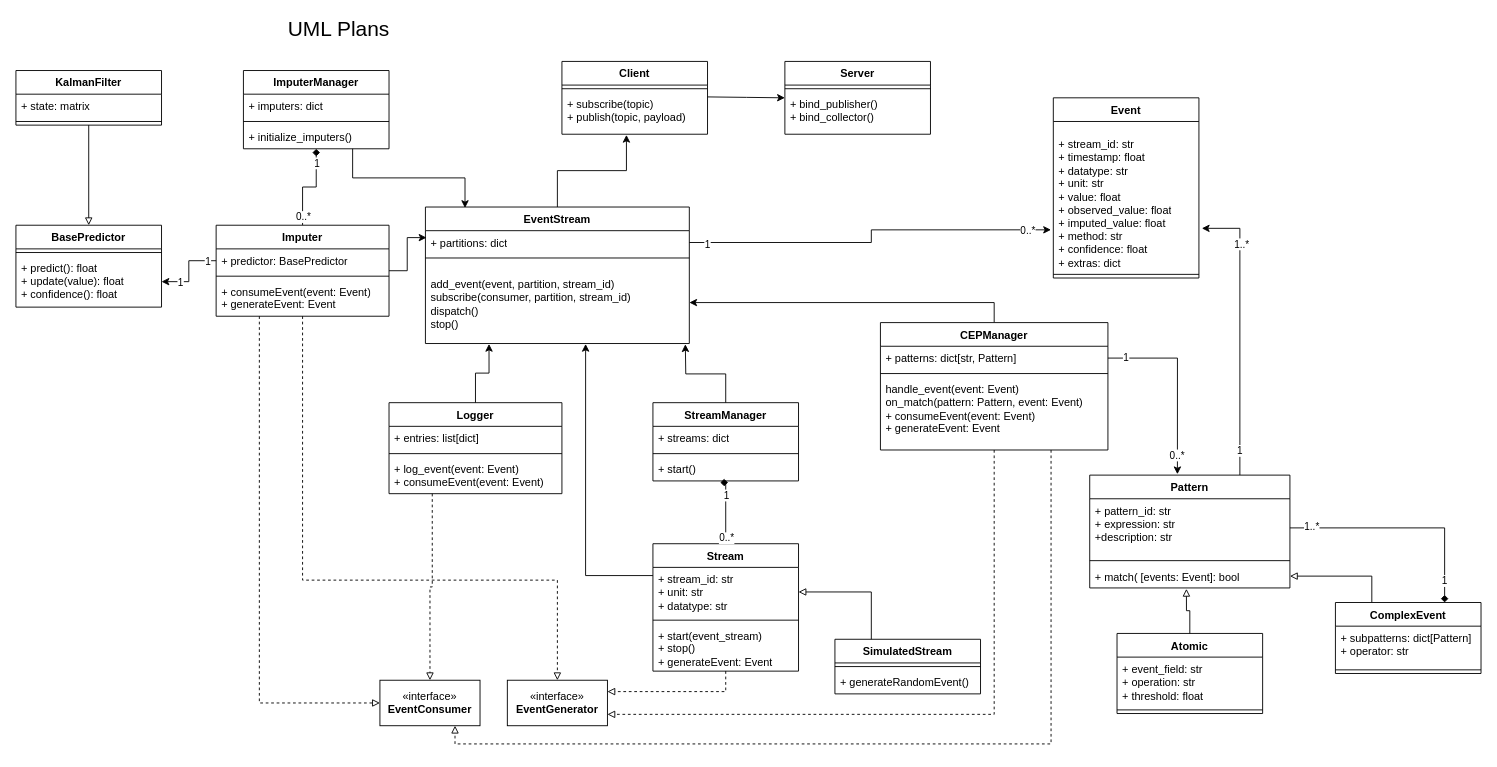
Earlier version of the draw.io diagram docs/architecture diagrams/UML.drawio (ssm-lab/sots_cep). Source tidied: cells renumbered, new cells numbered last; positions are measured from the earlier drawing's top-left corner, leaving out a move shared by most shapes. Both pictures are drawn from the tidied source at 91%, with x=0, y=0 at pixel (15, 15).
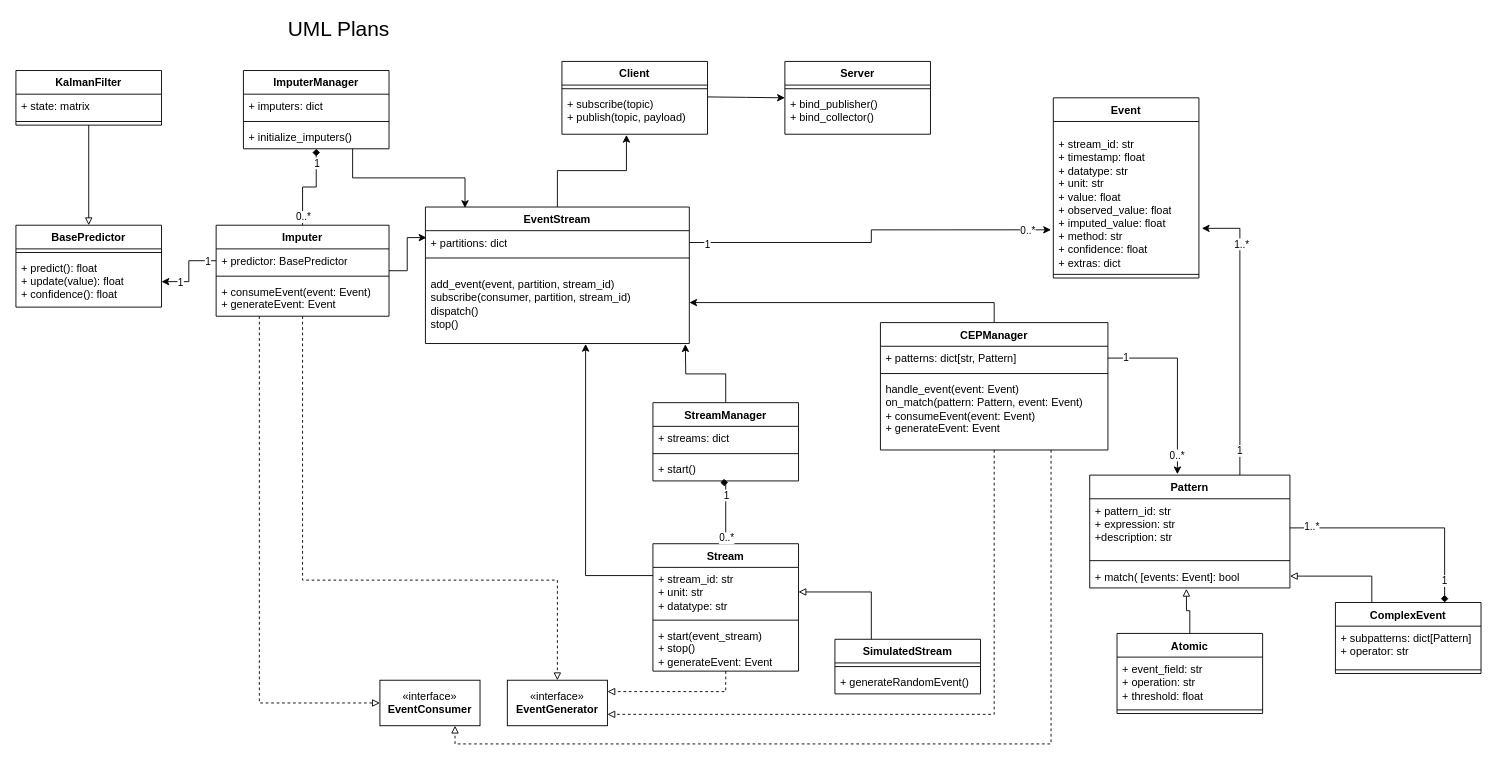
The same diagram, later.

The change refers to these unchanged cells:
```xml
<mxCell id="5" value="&lt;p&gt;add_event(event, partition, stream_id)&lt;br class=&quot;soft-break&quot;&gt;subscribe(consumer, partition, stream_id)&lt;br class=&quot;soft-break&quot;&gt;dispatch()&lt;br class=&quot;soft-break&quot;&gt;stop()&lt;/p&gt;" style="text;strokeColor=none;fillColor=none;align=left;verticalAlign=top;spacingLeft=4;spacingRight=4;overflow=hidden;points=[[0,0.5],[1,0.5]];portConstraint=eastwest;whiteSpace=wrap;html=1;" parent="2" vertex="1">
  <mxGeometry y="60" width="290" height="90" as="geometry" />
</mxCell>
<mxCell id="47" value="«interface»&lt;br&gt;&lt;b&gt;EventConsumer&lt;/b&gt;" style="html=1;whiteSpace=wrap;" parent="1" vertex="1">
  <mxGeometry x="400" y="730" width="110" height="50" as="geometry" />
</mxCell>
```

The edit, as a diff of the source:
```diff
@@
-    <mxCell id="36" style="edgeStyle=orthogonalEdgeStyle;rounded=0;jettySize=auto;html=1;exitX=0.25;exitY=1;exitDx=0;exitDy=0;entryX=0.5;entryY=0;entryDx=0;entryDy=0;endArrow=block;endFill=0;dashed=1;" parent="1" edge="1" source="37" target="47">
-      <mxGeometry relative="1" as="geometry" />
-    </mxCell>
-    <mxCell id="37" value="Logger" style="swimlane;fontStyle=1;align=center;verticalAlign=top;horizontal=1;startSize=26;whiteSpace=wrap;html=1;" parent="1" vertex="1">
-      <mxGeometry x="410" y="425" width="190" height="100" as="geometry" />
-    </mxCell>
-    <mxCell id="38" value="+ entries: list[dict]" style="text;strokeColor=none;fillColor=none;align=left;verticalAlign=top;spacingLeft=4;spacingRight=4;overflow=hidden;whiteSpace=wrap;html=1;" parent="37" vertex="1">
-      <mxGeometry y="26" width="190" height="26" as="geometry" />
-    </mxCell>
-    <mxCell id="39" style="line;strokeWidth=1;fillColor=none;align=left;verticalAlign=middle;spacingTop=-1;spacingLeft=3;spacingRight=3;labelPosition=right;strokeColor=inherit;" parent="37" vertex="1">
-      <mxGeometry y="52" width="190" height="8" as="geometry" />
-    </mxCell>
-    <mxCell id="40" value="&lt;div&gt;+&amp;nbsp;log_event(event: Event)&lt;/div&gt;+ consumeEvent(event: Event&lt;span style=&quot;color: light-dark(rgb(0, 0, 0), rgb(255, 255, 255)); background-color: transparent;&quot;&gt;)&lt;/span&gt;" style="text;strokeColor=none;fillColor=none;align=left;verticalAlign=top;spacingLeft=4;spacingRight=4;overflow=hidden;whiteSpace=wrap;html=1;" parent="37" vertex="1">
-      <mxGeometry y="60" width="190" height="40" as="geometry" />
-    </mxCell>
@@
-    <mxCell id="66" style="edgeStyle=orthogonalEdgeStyle;rounded=0;jettySize=auto;html=1;exitX=0.5;exitY=0;exitDx=0;exitDy=0;entryX=0.241;entryY=1.005;entryDx=0;entryDy=0;entryPerimeter=0;" parent="1" edge="1" source="37" target="5">
-      <mxGeometry relative="1" as="geometry" />
-    </mxCell>
```
